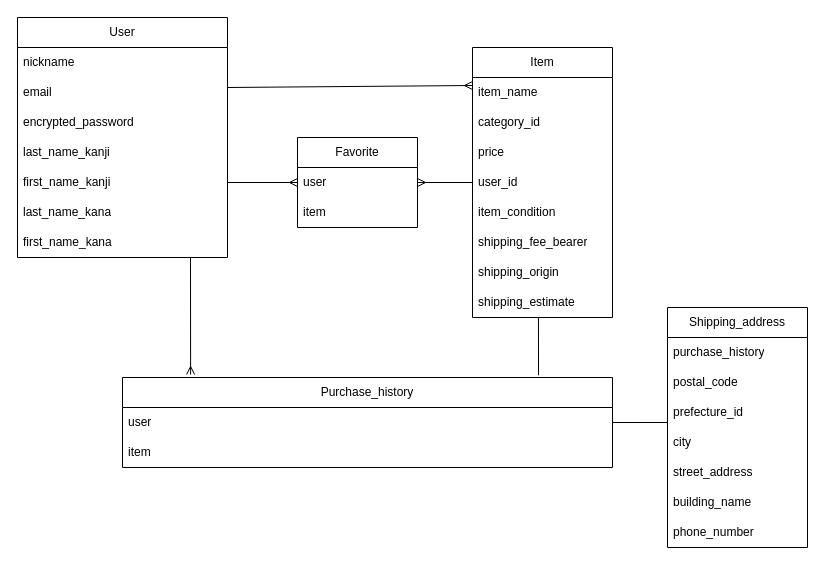
tttamaki1/furima-39335 keeps this draw.io diagram as er.dio. Above is the earlier version. Source tidied: cells renumbered, new cells numbered last; positions are measured from the earlier drawing's top-left corner, leaving out a move shared by most shapes. Both pictures are drawn from the tidied source at 100%, with x=0, y=0 at pixel (17, 17).
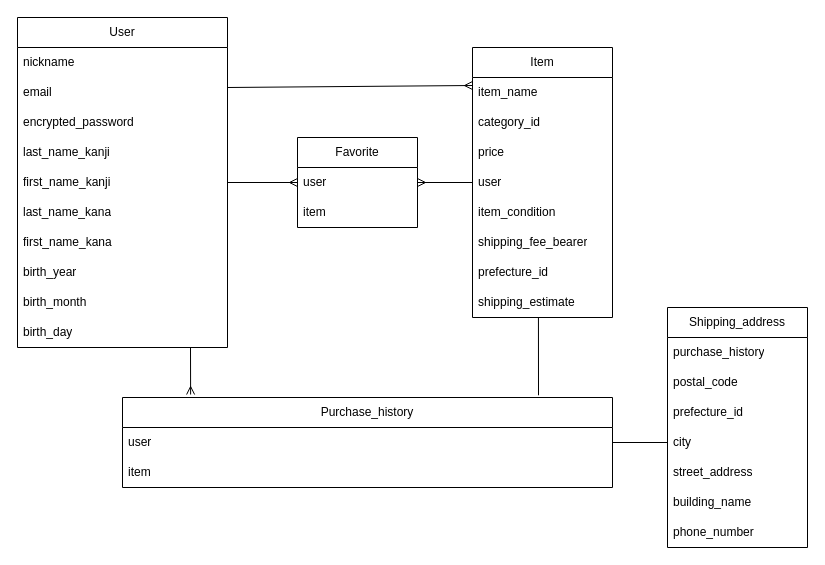
After the change.

Commit message (it also covers changes not shown here):
READMEとER図の修正

The change refers to these unchanged cells:
```xml
<mxCell id="10" value="Item" style="swimlane;fontStyle=0;horizontal=1;startSize=30;whiteSpace=wrap;html=1;" parent="1" vertex="1">
  <mxGeometry x="455" y="30" width="140" height="270" as="geometry" />
</mxCell>
<mxCell id="28" value="prefecture_id" style="text;strokeColor=none;fillColor=none;align=left;verticalAlign=middle;spacingLeft=4;spacingRight=4;overflow=hidden;points=[[0,0.5],[1,0.5]];portConstraint=eastwest;whiteSpace=wrap;html=1;" parent="25" vertex="1">
  <mxGeometry y="90" width="140" height="30" as="geometry" />
</mxCell>
<mxCell id="29" value="city" style="text;strokeColor=none;fillColor=none;align=left;verticalAlign=middle;spacingLeft=4;spacingRight=4;overflow=hidden;points=[[0,0.5],[1,0.5]];portConstraint=eastwest;whiteSpace=wrap;html=1;" parent="25" vertex="1">
  <mxGeometry y="120" width="140" height="30" as="geometry" />
</mxCell>
<mxCell id="34" value="user" style="text;strokeColor=none;fillColor=none;align=left;verticalAlign=middle;spacingLeft=4;spacingRight=4;overflow=hidden;points=[[0,0.5],[1,0.5]];portConstraint=eastwest;whiteSpace=wrap;html=1;" parent="33" vertex="1">
  <mxGeometry y="30" width="490" height="30" as="geometry" />
</mxCell>
```

Change to the diagram source:
```diff
@@
     <mxCell id="2" value="User" style="swimlane;fontStyle=0;horizontal=1;startSize=30;whiteSpace=wrap;html=1;" parent="1" vertex="1">
-      <mxGeometry width="210" height="240" as="geometry" />
+      <mxGeometry width="210" height="330" as="geometry" />
     </mxCell>
@@
+    <mxCell id="39" value="birth_year" style="text;strokeColor=none;fillColor=none;align=left;verticalAlign=middle;spacingLeft=4;spacingRight=4;overflow=hidden;whiteSpace=wrap;html=1;" parent="2" vertex="1">
+      <mxGeometry y="240" width="210" height="30" as="geometry" />
+    </mxCell>
+    <mxCell id="40" value="birth_month" style="text;strokeColor=none;fillColor=none;align=left;verticalAlign=middle;spacingLeft=4;spacingRight=4;overflow=hidden;whiteSpace=wrap;html=1;" parent="2" vertex="1">
+      <mxGeometry y="270" width="210" height="30" as="geometry" />
+    </mxCell>
+    <mxCell id="41" value="birth_day" style="text;strokeColor=none;fillColor=none;align=left;verticalAlign=middle;spacingLeft=4;spacingRight=4;overflow=hidden;whiteSpace=wrap;html=1;" parent="2" vertex="1">
+      <mxGeometry y="300" width="210" height="30" as="geometry" />
+    </mxCell>
@@
-    <mxCell id="14" value="user_id" style="text;strokeColor=none;fillColor=none;align=left;verticalAlign=middle;spacingLeft=4;spacingRight=4;overflow=hidden;points=[[0,0.5],[1,0.5]];portConstraint=eastwest;whiteSpace=wrap;html=1;" parent="10" vertex="1">
+    <mxCell id="14" value="user" style="text;strokeColor=none;fillColor=none;align=left;verticalAlign=middle;spacingLeft=4;spacingRight=4;overflow=hidden;points=[[0,0.5],[1,0.5]];portConstraint=eastwest;whiteSpace=wrap;html=1;" parent="10" vertex="1">
       <mxGeometry y="120" width="140" height="30" as="geometry" />
     </mxCell>
@@
-    <mxCell id="17" value="shipping_origin" style="text;strokeColor=none;fillColor=none;align=left;verticalAlign=middle;spacingLeft=4;spacingRight=4;overflow=hidden;whiteSpace=wrap;html=1;" parent="10" vertex="1">
+    <mxCell id="17" value="prefecture_id" style="text;strokeColor=none;fillColor=none;align=left;verticalAlign=middle;spacingLeft=4;spacingRight=4;overflow=hidden;whiteSpace=wrap;html=1;" parent="10" vertex="1">
       <mxGeometry y="210" width="140" height="30" as="geometry" />
     </mxCell>
@@
     <mxCell id="33" value="Purchase_history" style="swimlane;fontStyle=0;horizontal=1;startSize=30;whiteSpace=wrap;html=1;" parent="1" vertex="1">
-      <mxGeometry x="105" y="360" width="490" height="90" as="geometry" />
+      <mxGeometry x="105" y="380" width="490" height="90" as="geometry" />
     </mxCell>
@@
     <mxCell id="36" style="endArrow=ERmany;html=1;endFill=0;entryX=0.139;entryY=-0.033;entryDx=0;entryDy=0;entryPerimeter=0;" parent="1" edge="1" target="33">
       <mxGeometry relative="1" as="geometry">
-        <mxPoint x="173" y="240" as="sourcePoint" />
+        <mxPoint x="173" y="330" as="sourcePoint" />
       </mxGeometry>
     </mxCell>
@@
-    <mxCell id="38" style="endArrow=none;html=1;exitX=0;exitY=0.833;exitDx=0;exitDy=0;entryX=1;entryY=0.5;entryDx=0;entryDy=0;exitPerimeter=0;" parent="1" edge="1" source="28" target="34">
+    <mxCell id="38" style="endArrow=none;html=1;exitX=0;exitY=0.5;exitDx=0;exitDy=0;entryX=1;entryY=0.5;entryDx=0;entryDy=0;" parent="1" edge="1" source="29" target="34">
       <mxGeometry relative="1" as="geometry" />
     </mxCell>
```
